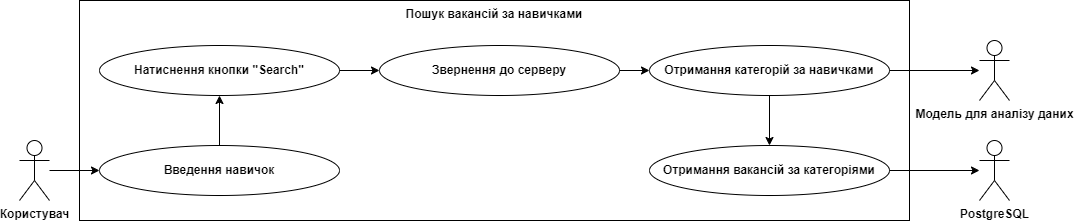
Above: Diagrams/Use case/Use case, Skill Search.drawio.png in NikitunPVLK/JobSeeker (draw.io), before the change. Source tidied: cells renumbered, new cells last; positions are measured from the earlier drawing's top-left corner, leaving out a move shared by most shapes.
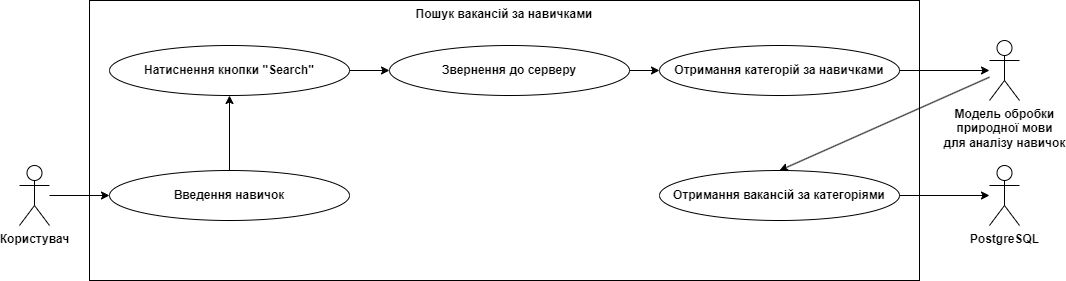
Later version of the same file.

Change to the diagram source:
```diff
@@ -3,13 +3,13 @@
     <mxCell id="0" />
     <mxCell id="1" parent="0" />
     <mxCell id="2" value="Користувач" style="shape=umlActor;verticalLabelPosition=bottom;verticalAlign=top;html=1;outlineConnect=0;fontStyle=1;" parent="1" vertex="1">
-      <mxGeometry y="140" width="30" height="60" as="geometry" />
+      <mxGeometry x="-10" y="165" width="30" height="60" as="geometry" />
     </mxCell>
     <mxCell id="3" value="Пошук вакансій за навичками" style="rounded=0;whiteSpace=wrap;html=1;verticalAlign=top;fontStyle=1;" parent="1" vertex="1">
-      <mxGeometry x="60" width="830" height="220" as="geometry" />
+      <mxGeometry x="60" width="830" height="280" as="geometry" />
     </mxCell>
     <mxCell id="4" value="Введення навичок" style="ellipse;whiteSpace=wrap;html=1;fontStyle=1;" parent="1" vertex="1">
-      <mxGeometry x="80" y="145" width="240" height="50" as="geometry" />
+      <mxGeometry x="80" y="170" width="240" height="50" as="geometry" />
     </mxCell>
     <mxCell id="5" value="Натиснення кнопки &quot;Search&quot;" style="ellipse;whiteSpace=wrap;html=1;fontStyle=1;" parent="1" vertex="1">
       <mxGeometry x="80" y="45" width="240" height="50" as="geometry" />
@@ -33,22 +33,22 @@
       <mxGeometry relative="1" as="geometry" />
     </mxCell>
     <mxCell id="12" value="PostgreSQL" style="shape=umlActor;verticalLabelPosition=bottom;verticalAlign=top;html=1;outlineConnect=0;fontStyle=1;" parent="1" vertex="1">
-      <mxGeometry x="960" y="140" width="30" height="60" as="geometry" />
+      <mxGeometry x="960" y="165" width="30" height="60" as="geometry" />
     </mxCell>
-    <mxCell id="13" value="Модель для аналізу даних" style="shape=umlActor;verticalLabelPosition=bottom;verticalAlign=top;html=1;outlineConnect=0;fontStyle=1;" parent="1" vertex="1">
+    <mxCell id="13" value="Модель обробки&lt;br style=&quot;border-color: var(--border-color);&quot;&gt;природної мови&lt;br style=&quot;border-color: var(--border-color);&quot;&gt;для аналізу навичок" style="shape=umlActor;verticalLabelPosition=bottom;verticalAlign=top;html=1;outlineConnect=0;fontStyle=1;" parent="1" vertex="1">
       <mxGeometry x="960" y="40" width="30" height="60" as="geometry" />
     </mxCell>
     <mxCell id="14" value="Отримання вакансій за категоріями" style="ellipse;whiteSpace=wrap;html=1;fontStyle=1;" parent="1" vertex="1">
-      <mxGeometry x="630" y="145" width="240" height="50" as="geometry" />
+      <mxGeometry x="630" y="170" width="240" height="50" as="geometry" />
     </mxCell>
-    <mxCell id="15" style="endArrow=classic;html=1;rounded=0;entryX=0.5;entryY=0;entryDx=0;entryDy=0;exitX=0.5;exitY=1;exitDx=0;exitDy=0;" parent="1" edge="1" source="7" target="14">
-      <mxGeometry relative="1" as="geometry" />
-    </mxCell>
     <mxCell id="16" style="endArrow=classic;html=1;rounded=0;exitX=1;exitY=0.5;exitDx=0;exitDy=0;" parent="1" edge="1" source="14" target="12">
       <mxGeometry relative="1" as="geometry" />
     </mxCell>
     <mxCell id="17" style="endArrow=classic;html=1;rounded=0;exitX=1;exitY=0.5;exitDx=0;exitDy=0;" parent="1" edge="1" source="7" target="13">
       <mxGeometry relative="1" as="geometry" />
     </mxCell>
+    <mxCell id="18" style="endArrow=classic;html=1;rounded=0;entryX=0.5;entryY=0;entryDx=0;entryDy=0;" parent="1" edge="1" source="13" target="14">
+      <mxGeometry relative="1" as="geometry" />
+    </mxCell>
   </root>
 </mxGraphModel>
```
